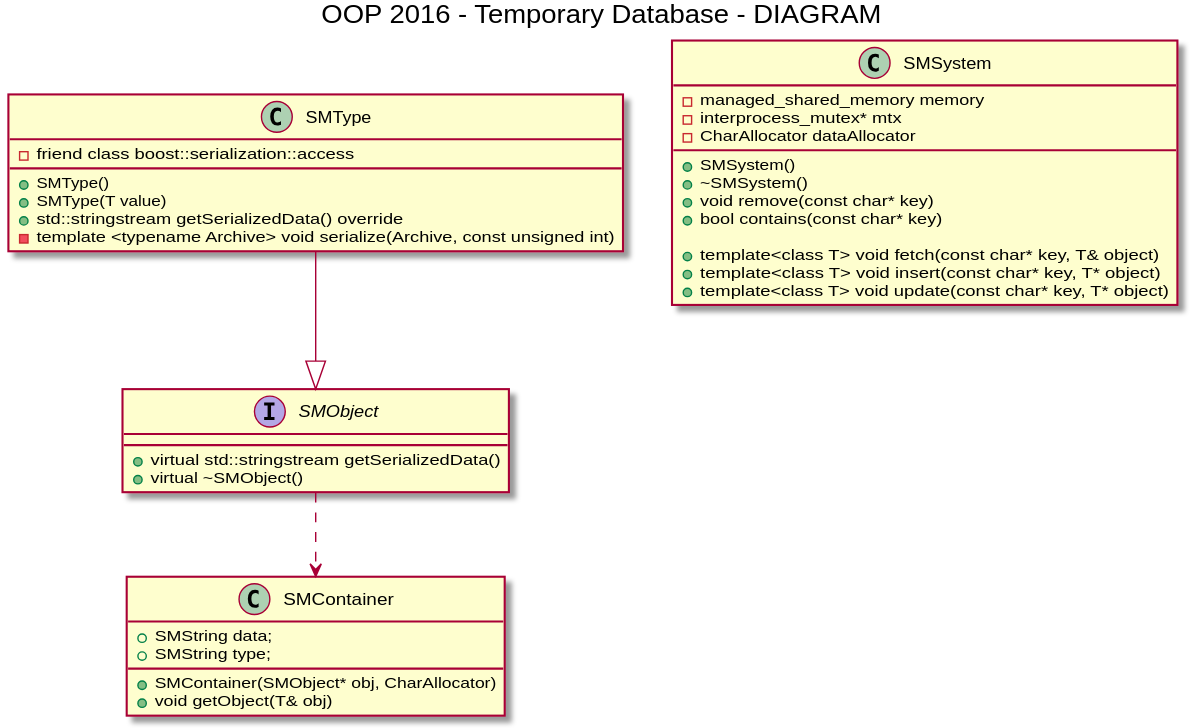
The PlantUML diagram UML/uml.svg in lcieply/DateBase_SM, before a commit. Its source is kept beside it as UML/uml.puml.
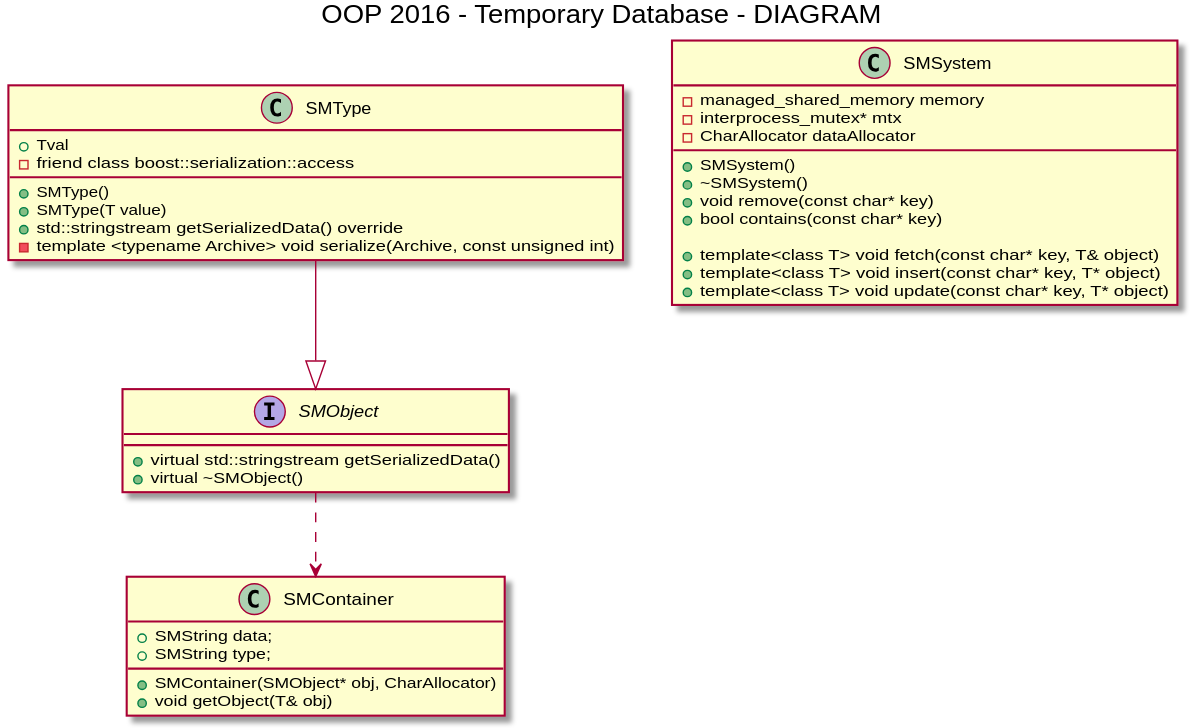
After the commit.

Commit message:
i jeszcze jeden i jeszcze raz (kolejna mala poprawka)

The edit, as a diff of the source:
```diff
@@ -29,7 +29,7 @@
         +template<class T> void update(const char* key, T* object)
 }
 class SMType{
-
+	+ Tval
         +SMType()
         +SMType(T value)
         +std::stringstream getSerializedData() override
```
